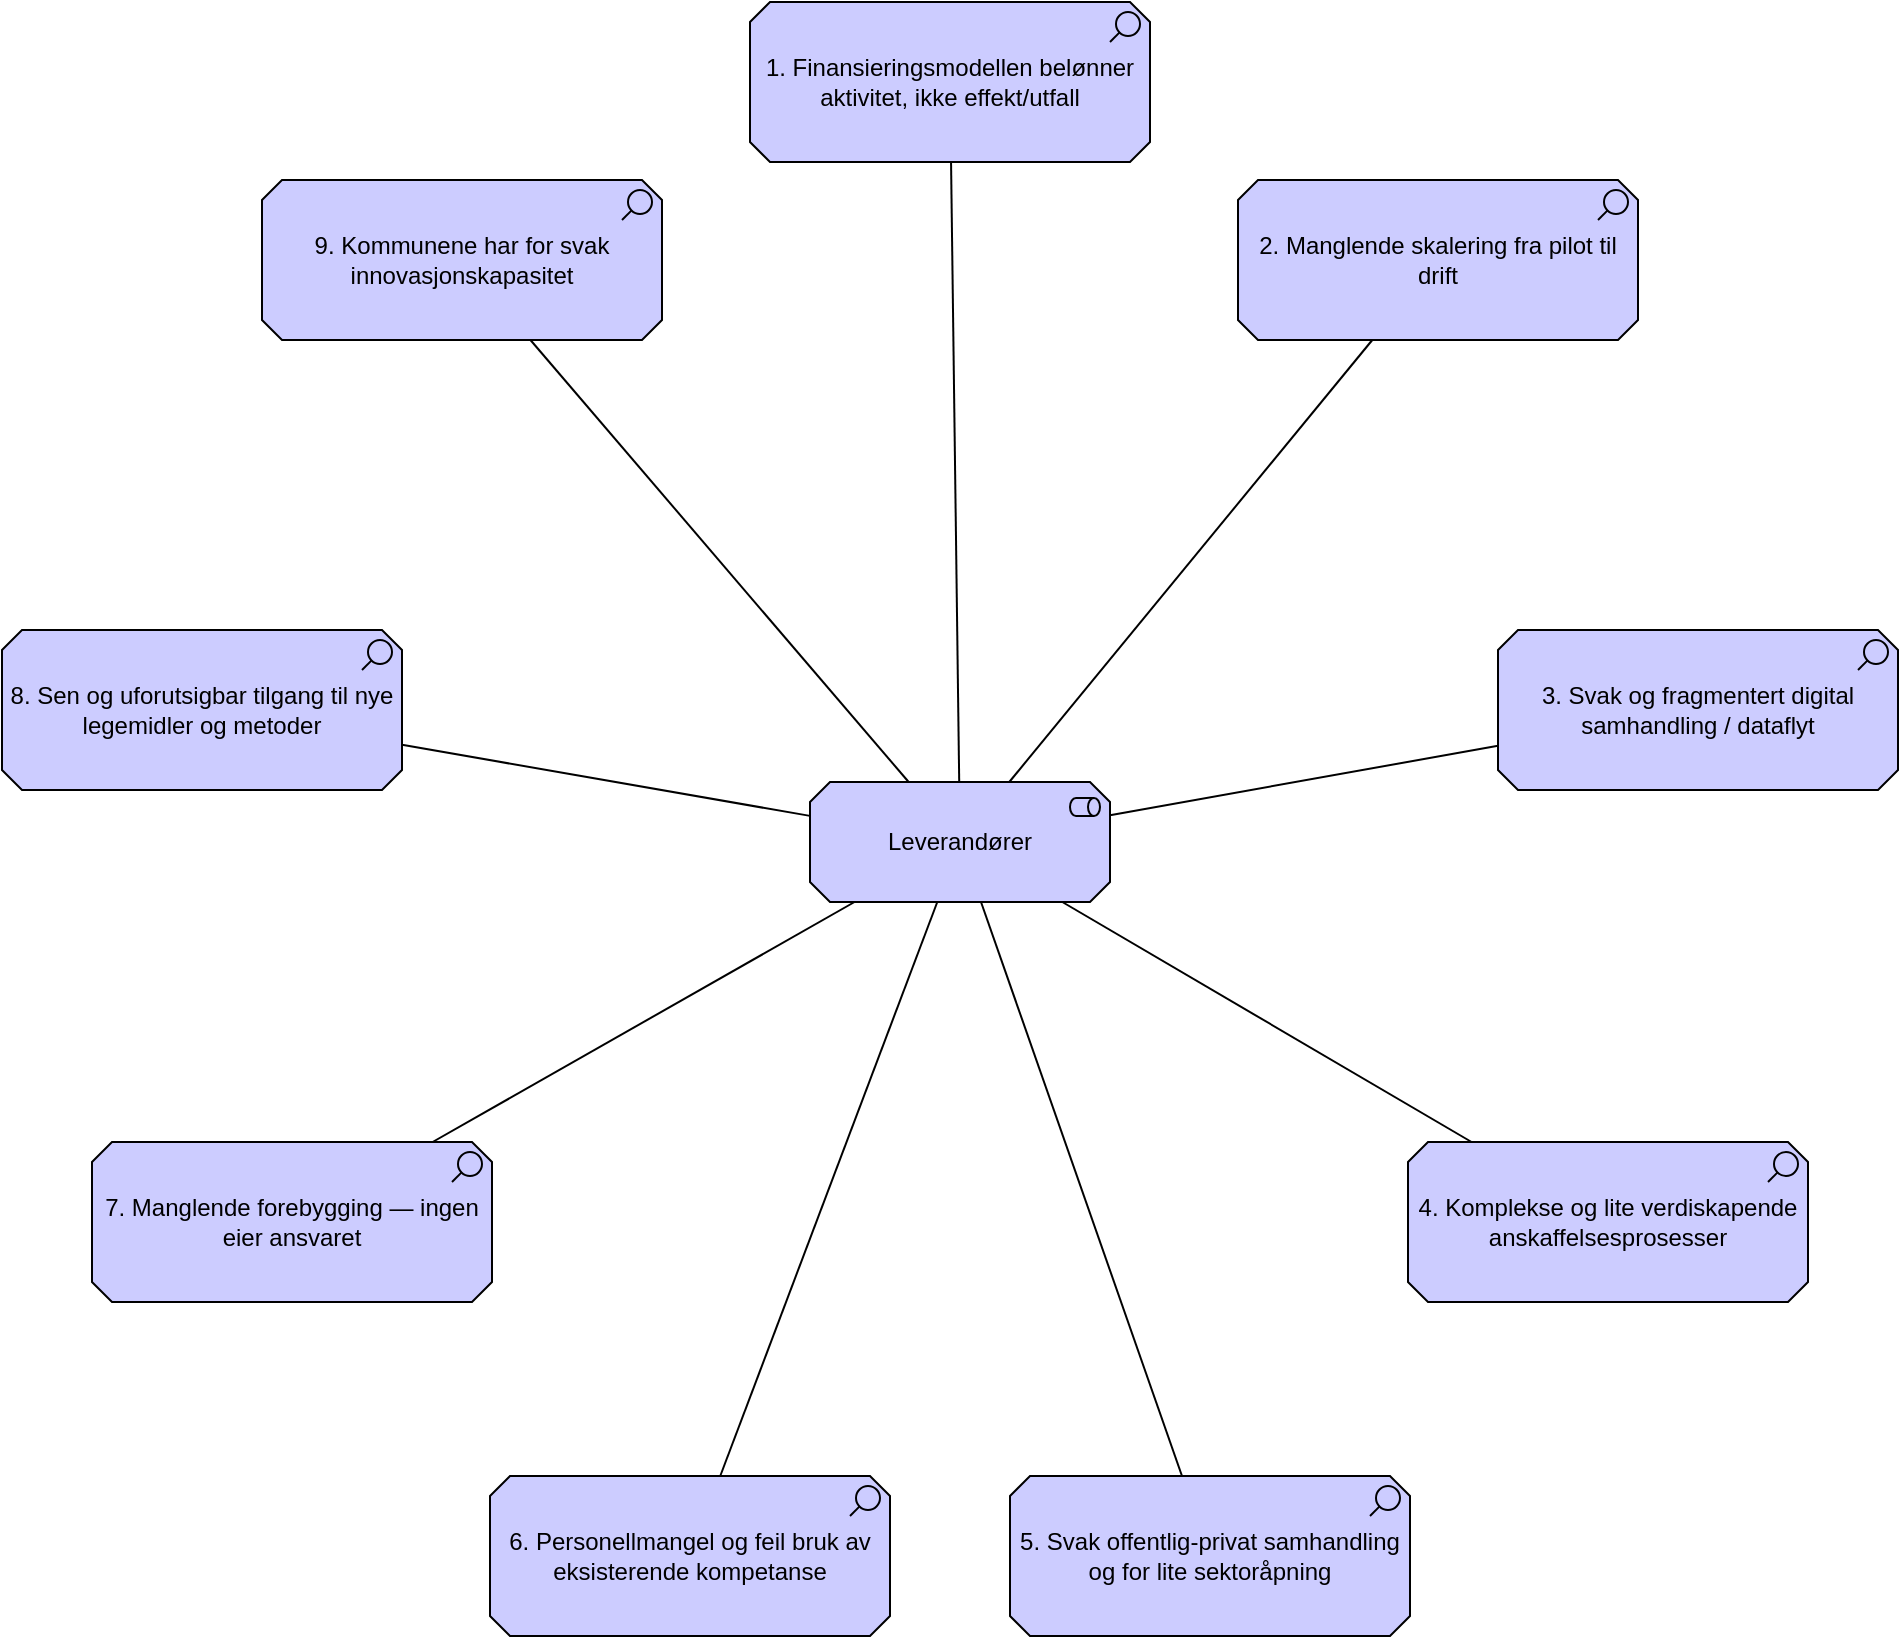
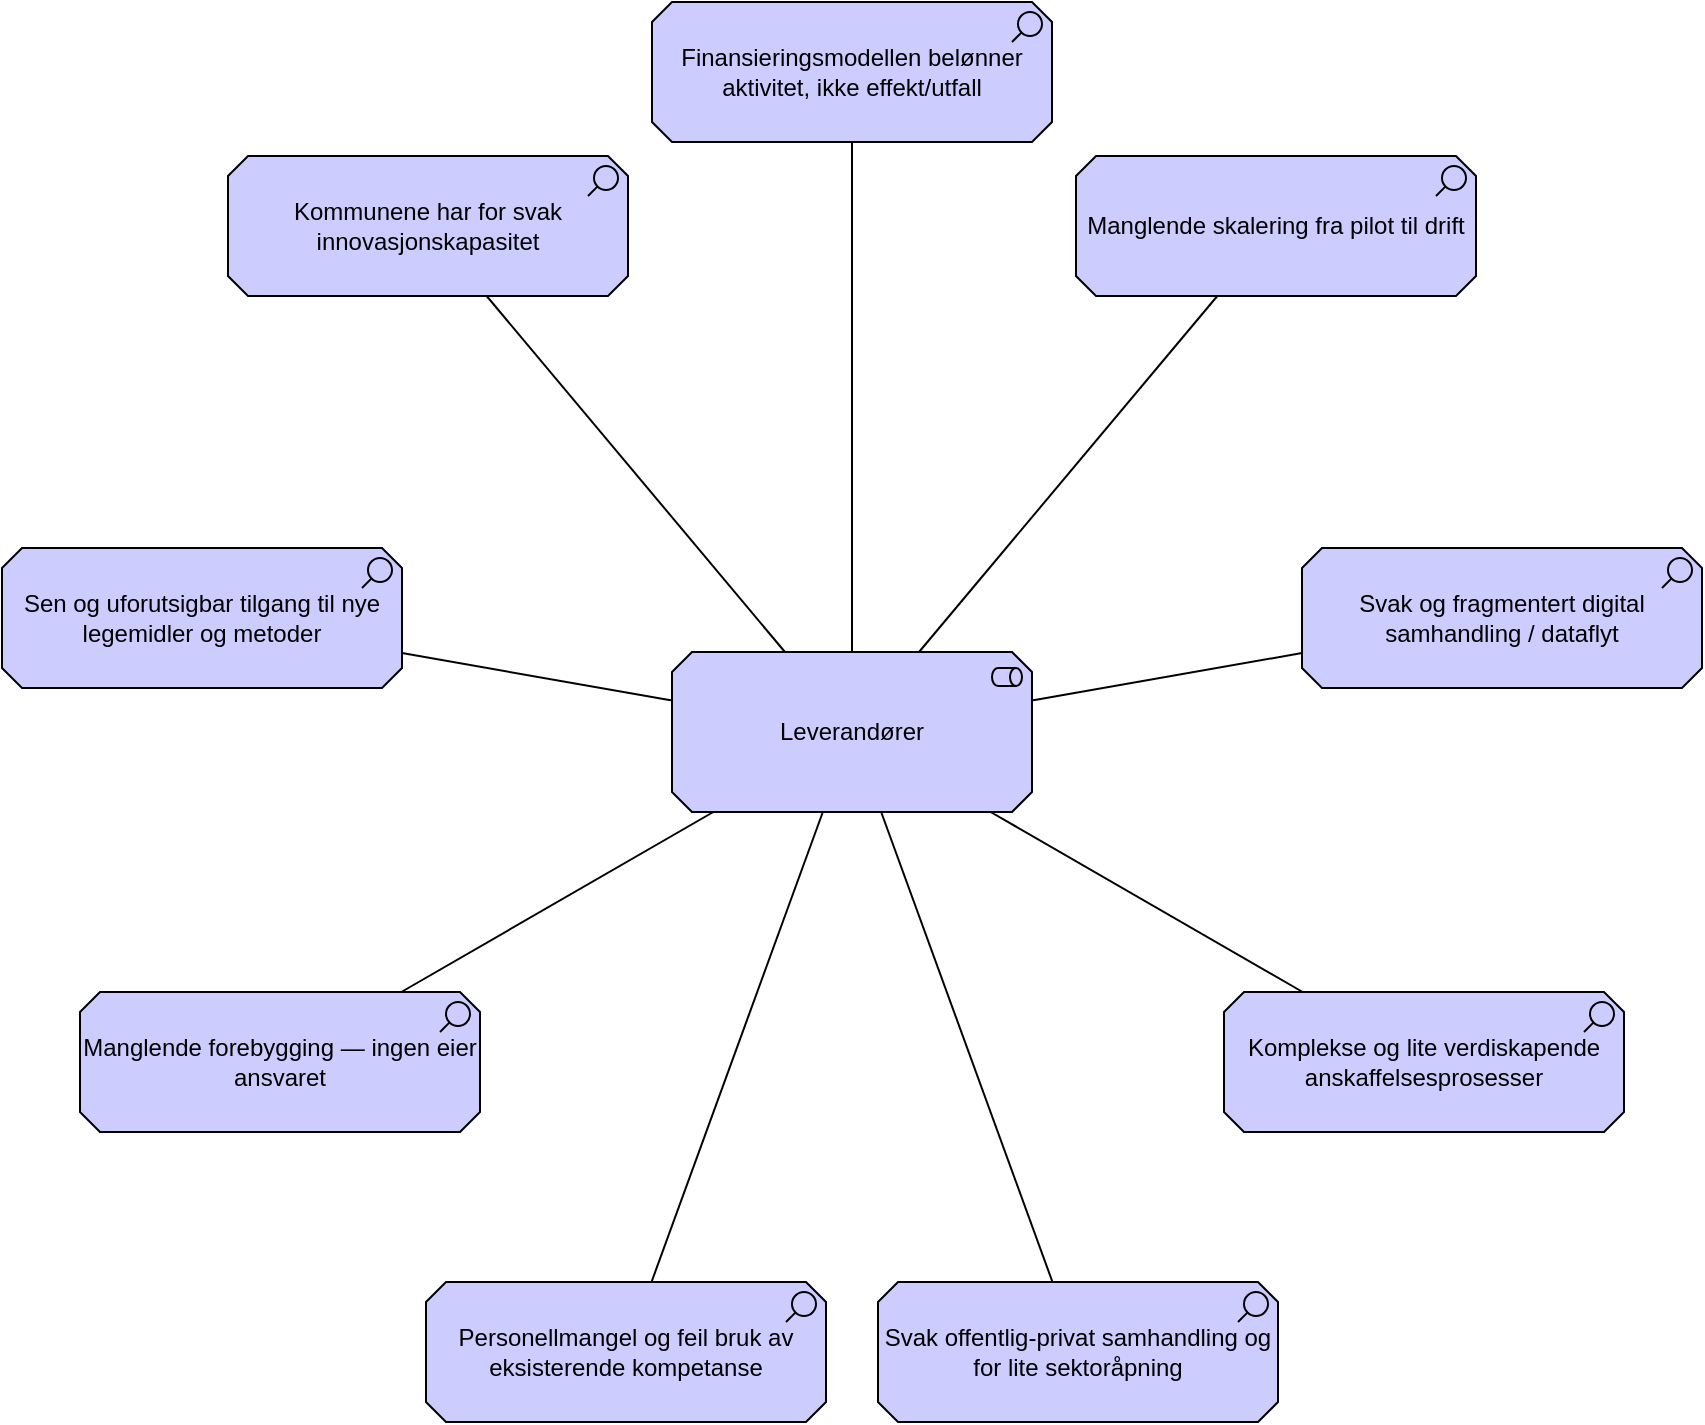
<mxfile host="65bd71144e">
    <diagram id="leverandor-barrierer" name="Leverandør - Gjengangerbarrierer">
-         <mxGraphModel dx="920" dy="779" grid="1" gridSize="10" guides="1" tooltips="1" connect="1" arrows="1" fold="1" page="1" pageScale="1" pageWidth="1400" pageHeight="1000" math="0" shadow="0">
+         <mxGraphModel dx="920" dy="779" grid="1" gridSize="10" guides="1" tooltips="1" connect="1" arrows="1" fold="1" page="1" pageScale="1" pageWidth="1100" pageHeight="800" math="0" shadow="0">
            <root>
                <mxCell id="0"/>
                <mxCell id="1" parent="0"/>
                <mxCell id="2" value="Leverandører" style="html=1;outlineConnect=0;whiteSpace=wrap;fillColor=#CCCCFF;shape=mxgraph.archimate3.application;appType=role;archiType=oct;" parent="1" vertex="1">
-                     <mxGeometry x="730" y="470" width="150" height="60" as="geometry"/>
+                     <mxGeometry x="510" y="360" width="180" height="80" as="geometry"/>
                </mxCell>
-                 <mxCell id="3" value="1. Finansieringsmodellen belønner aktivitet, ikke effekt/utfall" style="html=1;outlineConnect=0;whiteSpace=wrap;fillColor=#CCCCFF;shape=mxgraph.archimate3.application;appType=assess;archiType=oct;" parent="1" vertex="1">
-                     <mxGeometry x="700" y="80" width="200" height="80" as="geometry"/>
+                 <mxCell id="3" value="Finansieringsmodellen belønner aktivitet, ikke effekt/utfall" style="html=1;outlineConnect=0;whiteSpace=wrap;fillColor=#CCCCFF;shape=mxgraph.archimate3.application;appType=assess;archiType=oct;" parent="1" vertex="1">
+                     <mxGeometry x="500" y="35" width="200" height="70" as="geometry"/>
                </mxCell>
-                 <mxCell id="4" value="2. Manglende skalering fra pilot til drift" style="html=1;outlineConnect=0;whiteSpace=wrap;fillColor=#CCCCFF;shape=mxgraph.archimate3.application;appType=assess;archiType=oct;" parent="1" vertex="1">
-                     <mxGeometry x="944" y="169" width="200" height="80" as="geometry"/>
+                 <mxCell id="4" value="Manglende skalering fra pilot til drift" style="html=1;outlineConnect=0;whiteSpace=wrap;fillColor=#CCCCFF;shape=mxgraph.archimate3.application;appType=assess;archiType=oct;" parent="1" vertex="1">
+                     <mxGeometry x="712" y="112" width="200" height="70" as="geometry"/>
                </mxCell>
-                 <mxCell id="5" value="3. Svak og fragmentert digital samhandling / dataflyt" style="html=1;outlineConnect=0;whiteSpace=wrap;fillColor=#CCCCFF;shape=mxgraph.archimate3.application;appType=assess;archiType=oct;" parent="1" vertex="1">
-                     <mxGeometry x="1074" y="394" width="200" height="80" as="geometry"/>
+                 <mxCell id="5" value="Svak og fragmentert digital samhandling / dataflyt" style="html=1;outlineConnect=0;whiteSpace=wrap;fillColor=#CCCCFF;shape=mxgraph.archimate3.application;appType=assess;archiType=oct;" parent="1" vertex="1">
+                     <mxGeometry x="825" y="308" width="200" height="70" as="geometry"/>
                </mxCell>
-                 <mxCell id="6" value="4. Komplekse og lite verdiskapende anskaffelsesprosesser" style="html=1;outlineConnect=0;whiteSpace=wrap;fillColor=#CCCCFF;shape=mxgraph.archimate3.application;appType=assess;archiType=oct;" parent="1" vertex="1">
-                     <mxGeometry x="1029" y="650" width="200" height="80" as="geometry"/>
+                 <mxCell id="6" value="Komplekse og lite verdiskapende anskaffelsesprosesser" style="html=1;outlineConnect=0;whiteSpace=wrap;fillColor=#CCCCFF;shape=mxgraph.archimate3.application;appType=assess;archiType=oct;" parent="1" vertex="1">
+                     <mxGeometry x="786" y="530" width="200" height="70" as="geometry"/>
                </mxCell>
-                 <mxCell id="7" value="5. Svak offentlig-privat samhandling og for lite sektoråpning" style="html=1;outlineConnect=0;whiteSpace=wrap;fillColor=#CCCCFF;shape=mxgraph.archimate3.application;appType=assess;archiType=oct;" parent="1" vertex="1">
-                     <mxGeometry x="830" y="817" width="200" height="80" as="geometry"/>
+                 <mxCell id="7" value="Svak offentlig-privat samhandling og for lite sektoråpning" style="html=1;outlineConnect=0;whiteSpace=wrap;fillColor=#CCCCFF;shape=mxgraph.archimate3.application;appType=assess;archiType=oct;" parent="1" vertex="1">
+                     <mxGeometry x="613" y="675" width="200" height="70" as="geometry"/>
                </mxCell>
-                 <mxCell id="8" value="6. Personellmangel og feil bruk av eksisterende kompetanse" style="html=1;outlineConnect=0;whiteSpace=wrap;fillColor=#CCCCFF;shape=mxgraph.archimate3.application;appType=assess;archiType=oct;" parent="1" vertex="1">
-                     <mxGeometry x="570" y="817" width="200" height="80" as="geometry"/>
+                 <mxCell id="8" value="Personellmangel og feil bruk av eksisterende kompetanse" style="html=1;outlineConnect=0;whiteSpace=wrap;fillColor=#CCCCFF;shape=mxgraph.archimate3.application;appType=assess;archiType=oct;" parent="1" vertex="1">
+                     <mxGeometry x="387" y="675" width="200" height="70" as="geometry"/>
                </mxCell>
-                 <mxCell id="9" value="7. Manglende forebygging — ingen eier ansvaret" style="html=1;outlineConnect=0;whiteSpace=wrap;fillColor=#CCCCFF;shape=mxgraph.archimate3.application;appType=assess;archiType=oct;" parent="1" vertex="1">
-                     <mxGeometry x="371" y="650" width="200" height="80" as="geometry"/>
+                 <mxCell id="9" value="Manglende forebygging — ingen eier ansvaret" style="html=1;outlineConnect=0;whiteSpace=wrap;fillColor=#CCCCFF;shape=mxgraph.archimate3.application;appType=assess;archiType=oct;" parent="1" vertex="1">
+                     <mxGeometry x="214" y="530" width="200" height="70" as="geometry"/>
                </mxCell>
-                 <mxCell id="10" value="8. Sen og uforutsigbar tilgang til nye legemidler og metoder" style="html=1;outlineConnect=0;whiteSpace=wrap;fillColor=#CCCCFF;shape=mxgraph.archimate3.application;appType=assess;archiType=oct;" parent="1" vertex="1">
-                     <mxGeometry x="326" y="394" width="200" height="80" as="geometry"/>
+                 <mxCell id="10" value="Sen og uforutsigbar tilgang til nye legemidler og metoder" style="html=1;outlineConnect=0;whiteSpace=wrap;fillColor=#CCCCFF;shape=mxgraph.archimate3.application;appType=assess;archiType=oct;" parent="1" vertex="1">
+                     <mxGeometry x="175" y="308" width="200" height="70" as="geometry"/>
                </mxCell>
-                 <mxCell id="11" value="9. Kommunene har for svak innovasjonskapasitet" style="html=1;outlineConnect=0;whiteSpace=wrap;fillColor=#CCCCFF;shape=mxgraph.archimate3.application;appType=assess;archiType=oct;" parent="1" vertex="1">
-                     <mxGeometry x="456" y="169" width="200" height="80" as="geometry"/>
+                 <mxCell id="11" value="Kommunene har for svak innovasjonskapasitet" style="html=1;outlineConnect=0;whiteSpace=wrap;fillColor=#CCCCFF;shape=mxgraph.archimate3.application;appType=assess;archiType=oct;" parent="1" vertex="1">
+                     <mxGeometry x="288" y="112" width="200" height="70" as="geometry"/>
                </mxCell>
                <mxCell id="12" value="" style="html=1;endArrow=none;" parent="1" source="2" target="3" edge="1">
                    <mxGeometry relative="1" as="geometry"/>
                </mxCell>
                <mxCell id="13" value="" style="html=1;endArrow=none;" parent="1" source="2" target="4" edge="1">
                    <mxGeometry relative="1" as="geometry"/>
                </mxCell>
                <mxCell id="14" value="" style="html=1;endArrow=none;" parent="1" source="2" target="5" edge="1">
                    <mxGeometry relative="1" as="geometry"/>
                </mxCell>
                <mxCell id="15" value="" style="html=1;endArrow=none;" parent="1" source="2" target="6" edge="1">
                    <mxGeometry relative="1" as="geometry"/>
                </mxCell>
                <mxCell id="16" value="" style="html=1;endArrow=none;" parent="1" source="2" target="7" edge="1">
                    <mxGeometry relative="1" as="geometry"/>
                </mxCell>
                <mxCell id="17" value="" style="html=1;endArrow=none;" parent="1" source="2" target="8" edge="1">
                    <mxGeometry relative="1" as="geometry"/>
                </mxCell>
                <mxCell id="18" value="" style="html=1;endArrow=none;" parent="1" source="2" target="9" edge="1">
                    <mxGeometry relative="1" as="geometry"/>
                </mxCell>
                <mxCell id="19" value="" style="html=1;endArrow=none;" parent="1" source="2" target="10" edge="1">
                    <mxGeometry relative="1" as="geometry"/>
                </mxCell>
                <mxCell id="20" value="" style="html=1;endArrow=none;" parent="1" source="2" target="11" edge="1">
                    <mxGeometry relative="1" as="geometry"/>
                </mxCell>
            </root>
        </mxGraphModel>
    </diagram>
- </mxfile>+ </mxfile>
